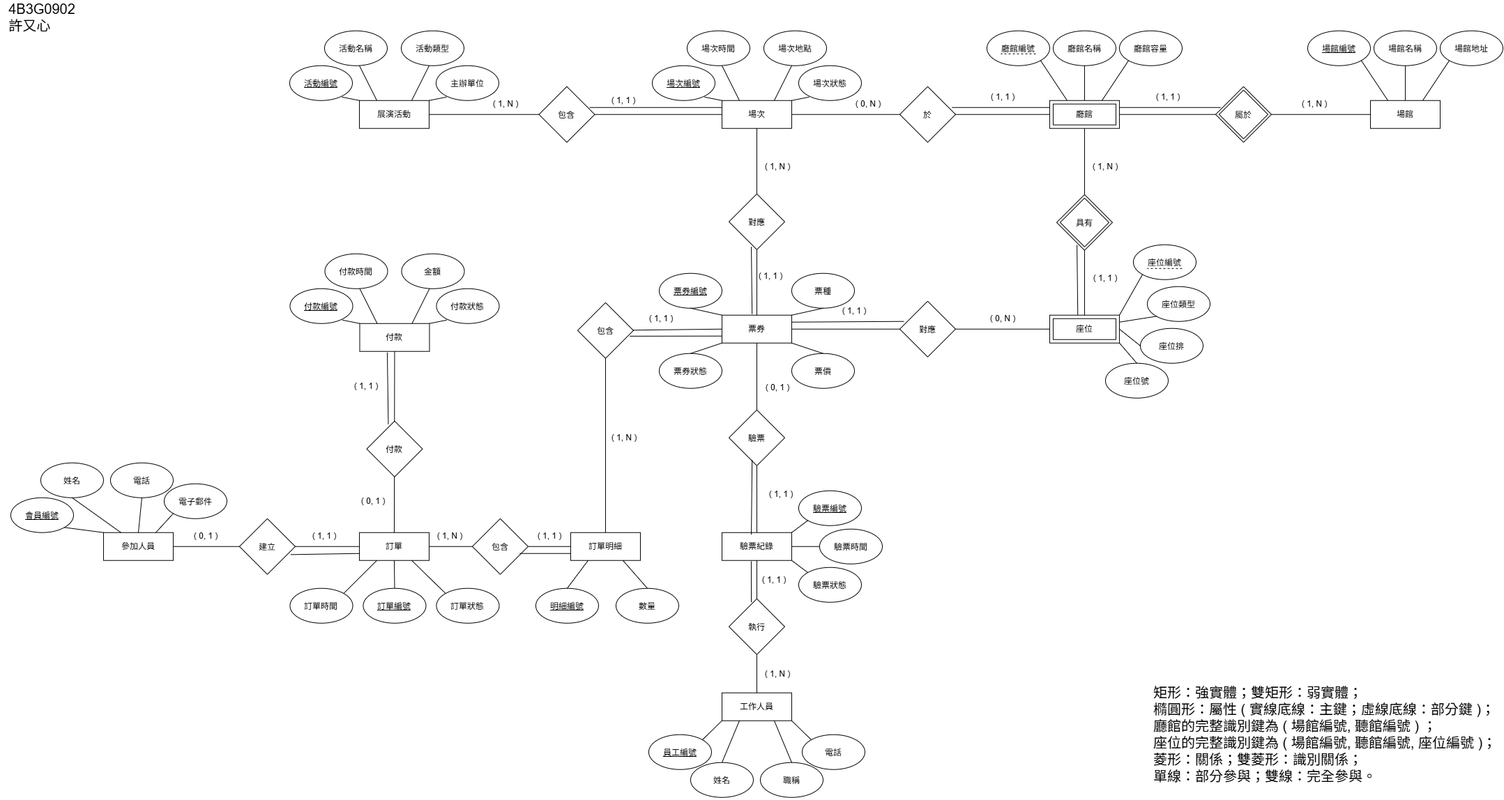
Before: 4B3G0902_展演活動售票與入場管理系統.drawio.png, a diagram exported from draw.io (xuyouxin-creator/DatabaseSystem). Source tidied: cells renumbered, new cells last; positions are measured from the earlier drawing's top-left corner, leaving out a move shared by most shapes.
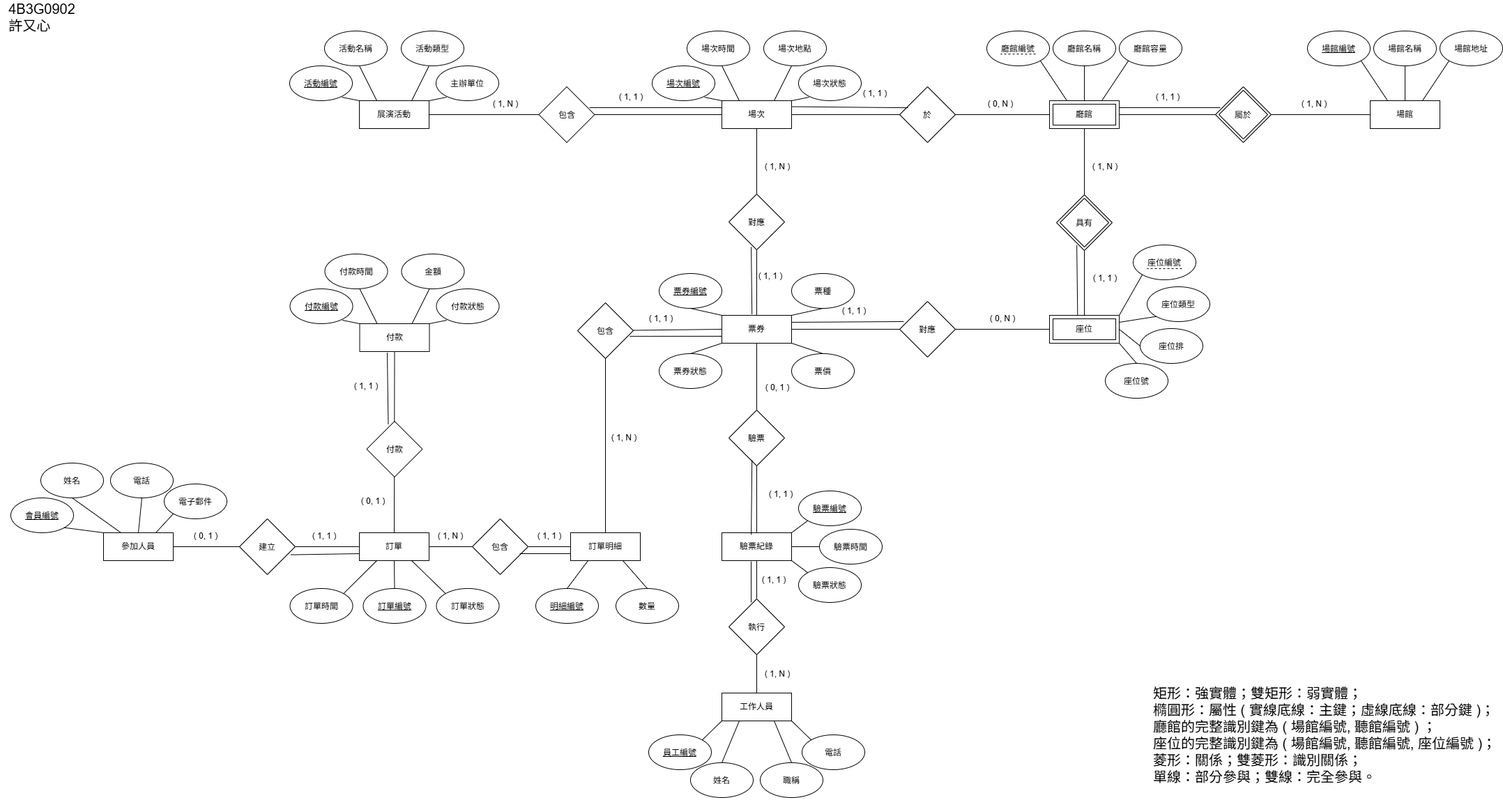
After the change.

Commit message:
已添加 4B3G0902_展演活動售票與入場管理系統.drawio.png

Diff of the diagram source:
```diff
@@ -342,7 +342,7 @@
       <mxGeometry x="772.5" y="120" width="80" height="80" as="geometry" />
     </mxCell>
     <mxCell id="105" value="( 1, 1 )" style="text;html=1;whiteSpace=wrap;strokeColor=none;fillColor=none;align=center;verticalAlign=middle;rounded=0;" parent="1" vertex="1">
-      <mxGeometry x="864" y="125" width="60" height="30" as="geometry" />
+      <mxGeometry x="875" y="120" width="60" height="30" as="geometry" />
     </mxCell>
     <mxCell id="106" value="( 1, N )" style="text;html=1;whiteSpace=wrap;strokeColor=none;fillColor=none;align=center;verticalAlign=middle;rounded=0;" parent="1" vertex="1">
       <mxGeometry x="695" y="130" width="60" height="30" as="geometry" />
@@ -353,14 +353,16 @@
     <mxCell id="108" value="於" style="rhombus;whiteSpace=wrap;html=1;shapeInside=1;" parent="1" vertex="1">
       <mxGeometry x="1290" y="120" width="80" height="80" as="geometry" />
     </mxCell>
-    <mxCell id="109" style="endArrow=none;html=1;rounded=0;entryX=0;entryY=0.25;entryDx=0;entryDy=0;exitX=0.938;exitY=0.375;exitDx=0;exitDy=0;exitPerimeter=0;" parent="1" edge="1" source="108" target="20">
-      <mxGeometry relative="1" as="geometry" />
+    <mxCell id="109" style="endArrow=none;html=1;rounded=0;entryX=0.152;entryY=0.377;entryDx=0;entryDy=0;exitX=0.938;exitY=0.375;exitDx=0;exitDy=0;exitPerimeter=0;entryPerimeter=0;" parent="1" edge="1" target="108">
+      <mxGeometry relative="1" as="geometry">
+        <mxPoint x="1135" y="148.6" as="sourcePoint" />
+      </mxGeometry>
     </mxCell>
     <mxCell id="110" value="( 1, 1 )" style="text;html=1;whiteSpace=wrap;strokeColor=none;fillColor=none;align=center;verticalAlign=middle;rounded=0;" parent="1" vertex="1">
-      <mxGeometry x="1408" y="120" width="60" height="30" as="geometry" />
+      <mxGeometry x="1225" y="115" width="60" height="30" as="geometry" />
     </mxCell>
     <mxCell id="111" value="( 0, N )" style="text;html=1;whiteSpace=wrap;strokeColor=none;fillColor=none;align=center;verticalAlign=middle;rounded=0;" parent="1" vertex="1">
-      <mxGeometry x="1215" y="130" width="60" height="30" as="geometry" />
+      <mxGeometry x="1405" y="130" width="60" height="30" as="geometry" />
     </mxCell>
     <mxCell id="112" style="endArrow=none;html=1;rounded=0;entryX=0;entryY=0.5;entryDx=0;entryDy=0;exitX=1;exitY=0.5;exitDx=0;exitDy=0;" parent="1" edge="1" source="114" target="27">
       <mxGeometry relative="1" as="geometry" />
@@ -551,10 +553,10 @@
     <mxCell id="171" value="&lt;div style=&quot;text-align: justify;&quot;&gt;&lt;span style=&quot;font-size: 20px; background-color: transparent; color: light-dark(rgb(0, 0, 0), rgb(255, 255, 255));&quot;&gt;4B3G0902&lt;/span&gt;&lt;/div&gt;&lt;div style=&quot;text-align: justify;&quot;&gt;&lt;font style=&quot;font-size: 20px;&quot;&gt;許又心&lt;/font&gt;&lt;/div&gt;" style="text;html=1;whiteSpace=wrap;strokeColor=none;fillColor=none;align=center;verticalAlign=middle;rounded=0;" parent="1" vertex="1">
       <mxGeometry width="120" height="40" as="geometry" />
     </mxCell>
-    <mxCell id="172" style="endArrow=none;html=1;rounded=0;entryX=0;entryY=0.25;entryDx=0;entryDy=0;exitX=0.938;exitY=0.375;exitDx=0;exitDy=0;exitPerimeter=0;" parent="1" edge="1" target="11">
-      <mxGeometry relative="1" as="geometry">
-        <mxPoint x="845" y="150" as="sourcePoint" />
-      </mxGeometry>
-    </mxCell>
+    <mxCell id="173" style="endArrow=none;html=1;rounded=0;entryX=0;entryY=0.25;entryDx=0;entryDy=0;exitX=0.938;exitY=0.375;exitDx=0;exitDy=0;exitPerimeter=0;" parent="1" edge="1" target="11">
+      <mxGeometry relative="1" as="geometry">
+        <mxPoint x="845" y="150" as="sourcePoint" />
+      </mxGeometry>
+    </mxCell>
   </root>
 </mxGraphModel>
```
